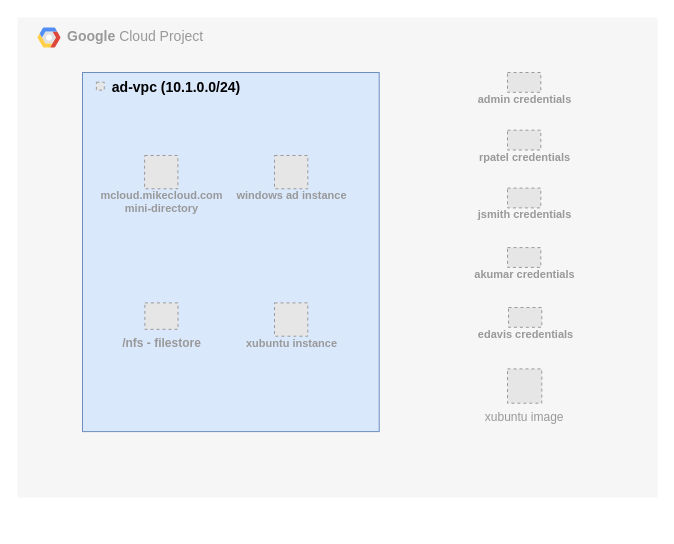
This is gcp-lubuntu.drawio from mamonaco1973/gcp-lubuntu-xrdp, a draw.io file, before an edit. Source tidied: cells renumbered, new cells numbered last; positions are measured from the earlier drawing's top-left corner, leaving out a move shared by most shapes. Both pictures are drawn from the tidied source at 100%, with x=0, y=0 at pixel (17, 17). Pictures stored in the file or linked from it are replaced by grey dashed boxes.
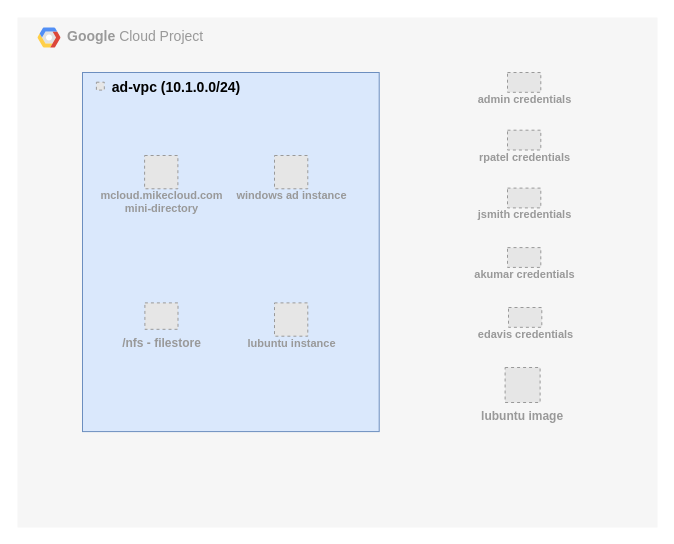
The same page after the edit.

Change to the diagram source:
```diff
@@
 <mxGraphModel background="#ffffff">
   <root>
     <mxCell id="0" />
     <mxCell id="1" parent="0" />
     <mxCell id="2" value="&lt;b&gt;Google &lt;/b&gt;Cloud Project" style="fillColor=#F6F6F6;strokeColor=none;shadow=0;gradientColor=none;fontSize=14;align=left;spacing=10;fontColor=light-dark(#999999, #8c8c8c);9E9E9E;verticalAlign=top;spacingTop=-4;fontStyle=0;spacingLeft=40;html=1;" parent="1" vertex="1">
-      <mxGeometry width="640" height="480" as="geometry" />
+      <mxGeometry width="640" height="510" as="geometry" />
     </mxCell>
     <mxCell id="3" style="shape=mxgraph.gcp2.google_cloud_platform;fillColor=#F6F6F6;strokeColor=none;shadow=0;gradientColor=none;" parent="2" vertex="1">
       <mxGeometry width="23" height="20" relative="1" as="geometry">
         <mxPoint x="20" y="10" as="offset" />
       </mxGeometry>
     </mxCell>
     <mxCell id="4" style="fillColor=#dae8fc;strokeColor=#6c8ebf;shadow=0;fontSize=14;align=left;spacing=10;9E9E9E;verticalAlign=top;spacingTop=5;fontStyle=0;spacingLeft=60;html=1;fontColor=light-dark(#999999, #ededed);" parent="2" vertex="1">
       <mxGeometry x="65" y="55" width="296.7" height="359.1" as="geometry" />
     </mxCell>
     <mxCell id="5" value="ad-vpc (10.1.0.0/24)" style="fillColor=#E6E6E6;strokeColor=#999999;dashed=1;verticalLabelPosition=middle;labelBackgroundColor=none;verticalAlign=middle;labelPosition=right;align=left;fontSize=14;fontStyle=1;spacingRight=5;spacingLeft=6;" parent="4" vertex="1">
       <mxGeometry x="13.9" y="9.7" width="7.9" height="7.9" as="geometry" />
     </mxCell>
-    <mxCell id="6" value="xubuntu instance" style="fillColor=#E6E6E6;strokeColor=#999999;dashed=1;html=1;verticalAlign=top;labelPosition=center;verticalLabelPosition=bottom;align=center;spacingTop=-6;fontSize=11;fontStyle=1;fontColor=#999999;" parent="4" vertex="1">
+    <mxCell id="6" value="lubuntu instance" style="fillColor=#E6E6E6;strokeColor=#999999;dashed=1;html=1;verticalAlign=top;labelPosition=center;verticalLabelPosition=bottom;align=center;spacingTop=-6;fontSize=11;fontStyle=1;fontColor=#999999;" parent="4" vertex="1">
       <mxGeometry x="192" y="230.4" width="33.3" height="33.3" as="geometry" />
     </mxCell>
     <mxCell id="7" value="windows ad instance" style="fillColor=#E6E6E6;strokeColor=#999999;dashed=1;html=1;verticalAlign=top;labelPosition=center;verticalLabelPosition=bottom;align=center;spacingTop=-6;fontSize=11;fontStyle=1;fontColor=#999999;" parent="4" vertex="1">
       <mxGeometry x="192" y="83" width="33.3" height="33.3" as="geometry" />
     </mxCell>
     <mxCell id="8" value="mcloud.mikecloud.com&lt;div&gt;mini-directory&lt;/div&gt;" style="fillColor=#E6E6E6;strokeColor=#999999;dashed=1;html=1;verticalAlign=top;labelPosition=center;verticalLabelPosition=bottom;align=center;spacingTop=-6;fontSize=11;fontStyle=1;fontColor=#999999;" parent="4" vertex="1">
       <mxGeometry x="62.1" y="83" width="33.3" height="33.3" as="geometry" />
     </mxCell>
     <mxCell id="9" value="/nfs - filestore" style="fillColor=#E6E6E6;strokeColor=#999999;dashed=1;html=1;verticalLabelPosition=bottom;labelBackgroundColor=none;verticalAlign=top;fontColor=light-dark(#999999, #ededed);fontStyle=1;" parent="4" vertex="1">
       <mxGeometry x="62.4" y="230.4" width="33.1" height="26.4" as="geometry" />
     </mxCell>
     <mxCell id="10" value="&lt;div&gt;admin credentials&lt;/div&gt;" style="fillColor=#E6E6E6;strokeColor=#999999;dashed=1;html=1;verticalAlign=top;labelPosition=center;verticalLabelPosition=bottom;align=center;spacingTop=-6;fontSize=11;fontStyle=1;fontColor=#999999;" parent="2" vertex="1">
       <mxGeometry x="490" y="55" width="33.3" height="19.8" as="geometry" />
     </mxCell>
     <mxCell id="11" value="&lt;div&gt;rpatel&lt;span style=&quot;background-color: transparent; color: light-dark(rgb(153, 153, 153), rgb(106, 106, 106));&quot;&gt;&amp;nbsp;credentials&lt;/span&gt;&lt;/div&gt;" style="fillColor=#E6E6E6;strokeColor=#999999;dashed=1;html=1;verticalAlign=top;labelPosition=center;verticalLabelPosition=bottom;align=center;spacingTop=-6;fontSize=11;fontStyle=1;fontColor=#999999;" parent="2" vertex="1">
       <mxGeometry x="490" y="112.7" width="33.3" height="19.8" as="geometry" />
     </mxCell>
     <mxCell id="12" value="&lt;div&gt;&lt;span style=&quot;background-color: transparent; color: light-dark(rgb(153, 153, 153), rgb(106, 106, 106));&quot;&gt;jsmith&lt;/span&gt;&lt;span style=&quot;background-color: transparent; color: light-dark(rgb(153, 153, 153), rgb(106, 106, 106));&quot;&gt;&amp;nbsp;credentials&lt;/span&gt;&lt;/div&gt;" style="fillColor=#E6E6E6;strokeColor=#999999;dashed=1;html=1;verticalAlign=top;labelPosition=center;verticalLabelPosition=bottom;align=center;spacingTop=-6;fontSize=11;fontStyle=1;fontColor=#999999;" parent="2" vertex="1">
       <mxGeometry x="490" y="170.6" width="33.3" height="19.8" as="geometry" />
     </mxCell>
     <mxCell id="13" value="akumar credentials" style="fillColor=#E6E6E6;strokeColor=#999999;dashed=1;html=1;verticalAlign=top;labelPosition=center;verticalLabelPosition=bottom;align=center;spacingTop=-6;fontSize=11;fontStyle=1;fontColor=#999999;" parent="2" vertex="1">
       <mxGeometry x="490" y="230.1" width="33.3" height="19.8" as="geometry" />
     </mxCell>
     <mxCell id="14" value="edavis&lt;span style=&quot;background-color: transparent; color: light-dark(rgb(153, 153, 153), rgb(106, 106, 106));&quot;&gt;&amp;nbsp;credentials&lt;/span&gt;" style="fillColor=#E6E6E6;strokeColor=#999999;dashed=1;html=1;verticalAlign=top;labelPosition=center;verticalLabelPosition=bottom;align=center;spacingTop=-6;fontSize=11;fontStyle=1;fontColor=#999999;" parent="2" vertex="1">
       <mxGeometry x="491" y="290" width="33.3" height="19.8" as="geometry" />
     </mxCell>
-    <mxCell id="15" value="xubuntu image" style="fillColor=#E6E6E6;strokeColor=#999999;dashed=1;verticalLabelPosition=bottom;labelBackgroundColor=none;verticalAlign=top;fontColor=light-dark(#999999, #ededed);" parent="2" vertex="1">
-      <mxGeometry x="490" y="351.4" width="34.3" height="34.3" as="geometry" />
-    </mxCell>
+    <mxCell id="16" value="lubuntu image" style="fillColor=#E6E6E6;strokeColor=#999999;dashed=1;verticalLabelPosition=bottom;labelBackgroundColor=none;verticalAlign=top;fontColor=light-dark(#999999, #ededed);fontStyle=1;" parent="2" vertex="1">
+      <mxGeometry x="487.6" y="350" width="35" height="35" as="geometry" />
+    </mxCell>
   </root>
 </mxGraphModel>
```
